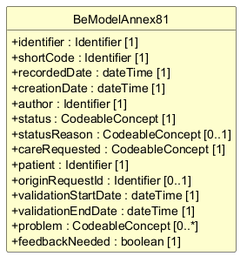
Above: exports/diagrams/BeModelAnnex81-uml.png in caresets/caresets-src (PlantUML), before the change.
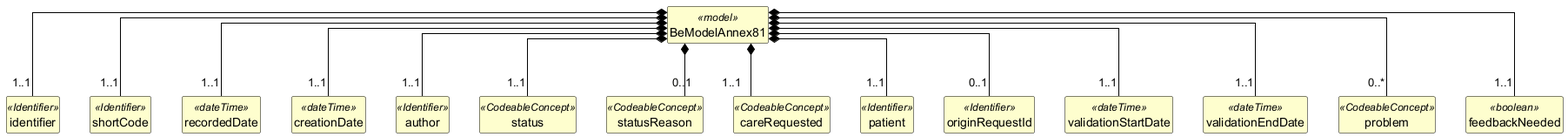
Later version of the same file.

What changed in the source:
```diff
@@ -12,21 +12,63 @@
 hide circle
 hide empty members
 
-class "BeModelAnnex81" as BeModelAnnex81 {
-  +identifier : Identifier [1]
-  +shortCode : Identifier [1]
-  +recordedDate : dateTime [1]
-  +creationDate : dateTime [1]
-  +author : Identifier [1]
-  +status : CodeableConcept [1]
-  +statusReason : CodeableConcept [0..1]
-  +careRequested : CodeableConcept [1]
-  +patient : Identifier [1]
-  +originRequestId : Identifier [0..1]
-  +validationStartDate : dateTime [1]
-  +validationEndDate : dateTime [1]
-  +problem : CodeableConcept [0..*]
-  +feedbackNeeded : boolean [1]
+class "BeModelAnnex81" as BeModelAnnex81 <<model>> {
 }
 
+class "identifier" as BeModelAnnex81_identifier <<Identifier>> {
+}
+
+class "shortCode" as BeModelAnnex81_shortCode <<Identifier>> {
+}
+
+class "recordedDate" as BeModelAnnex81_recordedDate <<dateTime>> {
+}
+
+class "creationDate" as BeModelAnnex81_creationDate <<dateTime>> {
+}
+
+class "author" as BeModelAnnex81_author <<Identifier>> {
+}
+
+class "status" as BeModelAnnex81_status <<CodeableConcept>> {
+}
+
+class "statusReason" as BeModelAnnex81_statusReason <<CodeableConcept>> {
+}
+
+class "careRequested" as BeModelAnnex81_careRequested <<CodeableConcept>> {
+}
+
+class "patient" as BeModelAnnex81_patient <<Identifier>> {
+}
+
+class "originRequestId" as BeModelAnnex81_originRequestId <<Identifier>> {
+}
+
+class "validationStartDate" as BeModelAnnex81_validationStartDate <<dateTime>> {
+}
+
+class "validationEndDate" as BeModelAnnex81_validationEndDate <<dateTime>> {
+}
+
+class "problem" as BeModelAnnex81_problem <<CodeableConcept>> {
+}
+
+class "feedbackNeeded" as BeModelAnnex81_feedbackNeeded <<boolean>> {
+}
+
+BeModelAnnex81 *-- "1..1" BeModelAnnex81_identifier
+BeModelAnnex81 *-- "1..1" BeModelAnnex81_shortCode
+BeModelAnnex81 *-- "1..1" BeModelAnnex81_recordedDate
+BeModelAnnex81 *-- "1..1" BeModelAnnex81_creationDate
+BeModelAnnex81 *-- "1..1" BeModelAnnex81_author
+BeModelAnnex81 *-- "1..1" BeModelAnnex81_status
+BeModelAnnex81 *-- "0..1" BeModelAnnex81_statusReason
+BeModelAnnex81 *-- "1..1" BeModelAnnex81_careRequested
+BeModelAnnex81 *-- "1..1" BeModelAnnex81_patient
+BeModelAnnex81 *-- "0..1" BeModelAnnex81_originRequestId
+BeModelAnnex81 *-- "1..1" BeModelAnnex81_validationStartDate
+BeModelAnnex81 *-- "1..1" BeModelAnnex81_validationEndDate
+BeModelAnnex81 *-- "0..*" BeModelAnnex81_problem
+BeModelAnnex81 *-- "1..1" BeModelAnnex81_feedbackNeeded
 @enduml
```
